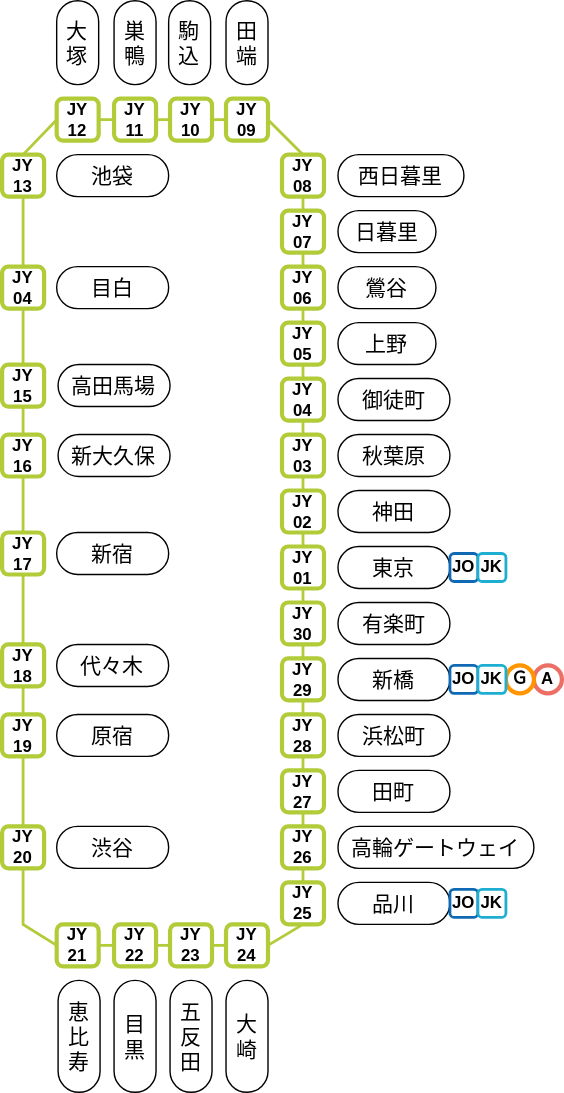
This is svg/yamanote.svg from lyw6024/lyw6024.github.io, a draw.io export, as it was before one commit. Source tidied: cells renumbered, new cells last; positions are measured from the earlier drawing's top-left corner, leaving out a move shared by most shapes.
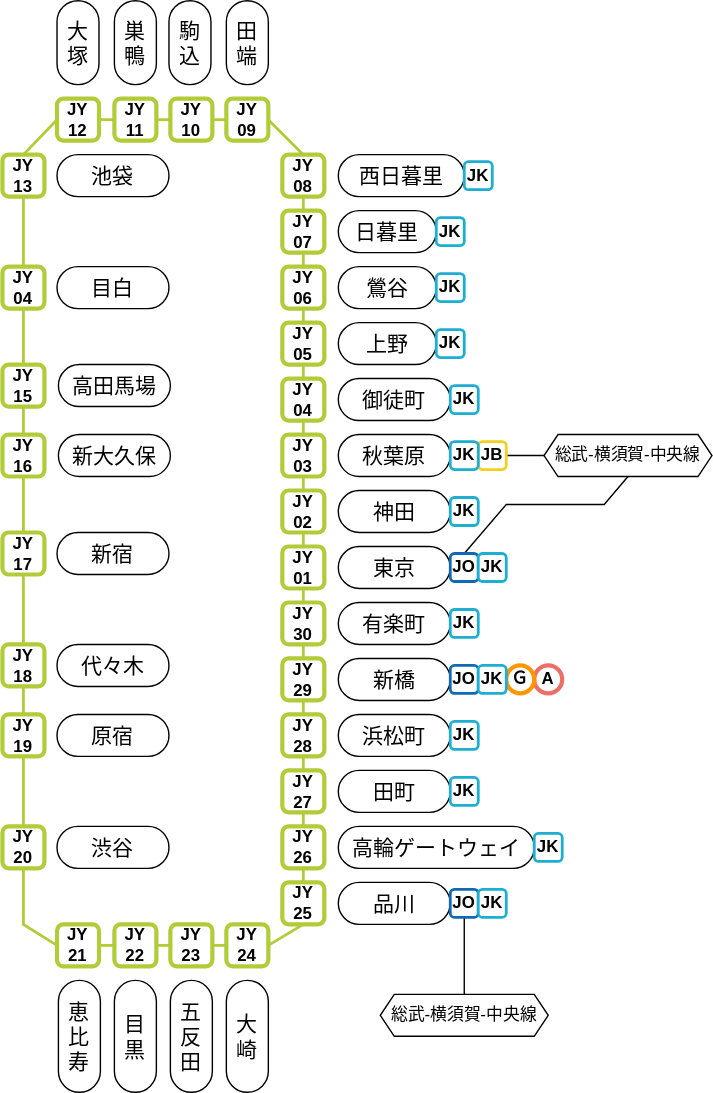
The same diagram one commit later.

Diff of the diagram source:
```diff
@@ -4,17 +4,17 @@
     <mxCell id="1" parent="0" />
     <mxCell id="2" style="edgeStyle=none;shape=connector;rounded=0;orthogonalLoop=1;jettySize=auto;html=1;exitX=0.5;exitY=0;exitDx=0;exitDy=0;entryX=0.5;entryY=1;entryDx=0;entryDy=0;strokeColor=#EB5A28;strokeWidth=2;align=center;verticalAlign=middle;fontFamily=Helvetica;fontSize=11;fontColor=default;labelBackgroundColor=default;endArrow=none;endFill=0;" parent="1" edge="1">
       <mxGeometry relative="1" as="geometry">
-        <mxPoint y="1255" as="targetPoint" />
+        <mxPoint x="40" y="1255" as="targetPoint" />
       </mxGeometry>
     </mxCell>
     <mxCell id="3" style="edgeStyle=none;shape=connector;rounded=0;orthogonalLoop=1;jettySize=auto;html=1;exitX=0.5;exitY=0;exitDx=0;exitDy=0;entryX=0.5;entryY=1;entryDx=0;entryDy=0;strokeColor=#EB5A28;strokeWidth=2;align=center;verticalAlign=middle;fontFamily=Helvetica;fontSize=11;fontColor=default;labelBackgroundColor=default;endArrow=none;endFill=0;" parent="1" edge="1">
       <mxGeometry relative="1" as="geometry">
-        <mxPoint y="1215" as="targetPoint" />
+        <mxPoint x="40" y="1215" as="targetPoint" />
       </mxGeometry>
     </mxCell>
     <mxCell id="4" style="edgeStyle=none;shape=connector;rounded=0;orthogonalLoop=1;jettySize=auto;html=1;exitX=0.5;exitY=0;exitDx=0;exitDy=0;entryX=0.5;entryY=1;entryDx=0;entryDy=0;strokeColor=#EB5A28;strokeWidth=2;align=center;verticalAlign=middle;fontFamily=Helvetica;fontSize=11;fontColor=default;labelBackgroundColor=default;endArrow=none;endFill=0;" parent="1" edge="1">
       <mxGeometry relative="1" as="geometry">
-        <mxPoint y="1180" as="targetPoint" />
+        <mxPoint x="40" y="1180" as="targetPoint" />
       </mxGeometry>
     </mxCell>
     <mxCell id="5" style="edgeStyle=none;shape=connector;rounded=0;jettySize=auto;html=1;exitX=0.5;exitY=0;exitDx=0;exitDy=0;entryX=0.5;entryY=1;entryDx=0;entryDy=0;strokeColor=#B1CB39;strokeWidth=2;align=center;verticalAlign=middle;fontFamily=Helvetica;fontSize=11;fontColor=default;labelBackgroundColor=default;endArrow=none;endFill=0;" parent="1" edge="1" source="6" target="8">
@@ -303,17 +303,73 @@
     <mxCell id="98" value="池袋" style="rounded=1;whiteSpace=wrap;html=1;align=center;arcSize=50;fontSize=15;direction=west;" parent="1" vertex="1">
       <mxGeometry x="339" y="110" width="80" height="30" as="geometry" />
     </mxCell>
+    <mxCell id="103" style="rounded=0;jettySize=auto;html=1;exitX=0.5;exitY=1;exitDx=0;exitDy=0;entryX=0.5;entryY=0;entryDx=0;entryDy=0;endArrow=none;endFill=0;" parent="1" edge="1" source="99" target="119">
+      <mxGeometry relative="1" as="geometry" />
+    </mxCell>
     <mxCell id="99" value="&lt;b&gt;JO&lt;/b&gt;" style="rounded=1;whiteSpace=wrap;html=1;strokeWidth=2;strokeColor=#1069B4;" parent="1" vertex="1">
       <mxGeometry x="620" y="635" width="20" height="20" as="geometry" />
     </mxCell>
     <mxCell id="100" value="&lt;b&gt;JK&lt;/b&gt;" style="rounded=1;whiteSpace=wrap;html=1;strokeWidth=2;strokeColor=#1DAED1;" parent="1" vertex="1">
       <mxGeometry x="640" y="635" width="20" height="20" as="geometry" />
     </mxCell>
+    <mxCell id="104" style="rounded=0;jettySize=auto;html=1;exitX=0.5;exitY=0;exitDx=0;exitDy=0;entryX=0.5;entryY=1;entryDx=0;entryDy=0;align=center;endArrow=none;endFill=0;" parent="1" edge="1" source="101" target="118">
+      <mxGeometry relative="1" as="geometry">
+        <Array as="points">
+          <mxPoint x="660" y="360" />
+          <mxPoint x="730" y="360" />
+        </Array>
+      </mxGeometry>
+    </mxCell>
     <mxCell id="101" value="&lt;b&gt;JO&lt;/b&gt;" style="rounded=1;whiteSpace=wrap;html=1;strokeWidth=2;strokeColor=#1069B4;" parent="1" vertex="1">
       <mxGeometry x="620" y="395" width="20" height="20" as="geometry" />
     </mxCell>
     <mxCell id="102" value="&lt;b&gt;JK&lt;/b&gt;" style="rounded=1;whiteSpace=wrap;html=1;strokeWidth=2;strokeColor=#1DAED1;" parent="1" vertex="1">
       <mxGeometry x="640" y="395" width="20" height="20" as="geometry" />
     </mxCell>
+    <mxCell id="105" style="edgeStyle=orthogonalEdgeStyle;rounded=0;jettySize=auto;html=1;exitX=1;exitY=0.5;exitDx=0;exitDy=0;entryX=0;entryY=0.5;entryDx=0;entryDy=0;endArrow=none;endFill=0;" parent="1" edge="1" source="106" target="118">
+      <mxGeometry relative="1" as="geometry" />
+    </mxCell>
+    <mxCell id="106" value="&lt;b&gt;JB&lt;/b&gt;" style="rounded=1;whiteSpace=wrap;html=1;strokeWidth=2;strokeColor=#F2D01F;" parent="1" vertex="1">
+      <mxGeometry x="640" y="315" width="20" height="20" as="geometry" />
+    </mxCell>
+    <mxCell id="107" value="&lt;b&gt;JK&lt;/b&gt;" style="rounded=1;whiteSpace=wrap;html=1;strokeWidth=2;strokeColor=#1DAED1;" parent="1" vertex="1">
+      <mxGeometry x="620" y="435" width="20" height="20" as="geometry" />
+    </mxCell>
+    <mxCell id="108" value="&lt;b&gt;JK&lt;/b&gt;" style="rounded=1;whiteSpace=wrap;html=1;strokeWidth=2;strokeColor=#1DAED1;" parent="1" vertex="1">
+      <mxGeometry x="620" y="355" width="20" height="20" as="geometry" />
+    </mxCell>
+    <mxCell id="109" value="&lt;b&gt;JK&lt;/b&gt;" style="rounded=1;whiteSpace=wrap;html=1;strokeWidth=2;strokeColor=#1DAED1;" parent="1" vertex="1">
+      <mxGeometry x="620" y="515" width="20" height="20" as="geometry" />
+    </mxCell>
+    <mxCell id="110" value="&lt;b&gt;JK&lt;/b&gt;" style="rounded=1;whiteSpace=wrap;html=1;strokeWidth=2;strokeColor=#1DAED1;" parent="1" vertex="1">
+      <mxGeometry x="620" y="555" width="20" height="20" as="geometry" />
+    </mxCell>
+    <mxCell id="111" value="&lt;b&gt;JK&lt;/b&gt;" style="rounded=1;whiteSpace=wrap;html=1;strokeWidth=2;strokeColor=#1DAED1;" parent="1" vertex="1">
+      <mxGeometry x="680" y="595" width="20" height="20" as="geometry" />
+    </mxCell>
+    <mxCell id="112" value="&lt;b&gt;JK&lt;/b&gt;" style="rounded=1;whiteSpace=wrap;html=1;strokeWidth=2;strokeColor=#1DAED1;" parent="1" vertex="1">
+      <mxGeometry x="620" y="315" width="20" height="20" as="geometry" />
+    </mxCell>
+    <mxCell id="113" value="&lt;b&gt;JK&lt;/b&gt;" style="rounded=1;whiteSpace=wrap;html=1;strokeWidth=2;strokeColor=#1DAED1;" parent="1" vertex="1">
+      <mxGeometry x="620" y="275" width="20" height="20" as="geometry" />
+    </mxCell>
+    <mxCell id="114" value="&lt;b&gt;JK&lt;/b&gt;" style="rounded=1;whiteSpace=wrap;html=1;strokeWidth=2;strokeColor=#1DAED1;" parent="1" vertex="1">
+      <mxGeometry x="610" y="235" width="20" height="20" as="geometry" />
+    </mxCell>
+    <mxCell id="115" value="&lt;b&gt;JK&lt;/b&gt;" style="rounded=1;whiteSpace=wrap;html=1;strokeWidth=2;strokeColor=#1DAED1;" parent="1" vertex="1">
+      <mxGeometry x="610" y="195" width="20" height="20" as="geometry" />
+    </mxCell>
+    <mxCell id="116" value="&lt;b&gt;JK&lt;/b&gt;" style="rounded=1;whiteSpace=wrap;html=1;strokeWidth=2;strokeColor=#1DAED1;" parent="1" vertex="1">
+      <mxGeometry x="610" y="155" width="20" height="20" as="geometry" />
+    </mxCell>
+    <mxCell id="117" value="&lt;b&gt;JK&lt;/b&gt;" style="rounded=1;whiteSpace=wrap;html=1;strokeWidth=2;strokeColor=#1DAED1;" parent="1" vertex="1">
+      <mxGeometry x="630" y="115" width="20" height="20" as="geometry" />
+    </mxCell>
+    <mxCell id="118" value="総武-横須賀-中央線" style="shape=hexagon;perimeter=hexagonPerimeter2;whiteSpace=wrap;html=1;fixedSize=1;size=10;" parent="1" vertex="1">
+      <mxGeometry x="687" y="310" width="120" height="30" as="geometry" />
+    </mxCell>
+    <mxCell id="119" value="総武-横須賀-中央線" style="shape=hexagon;perimeter=hexagonPerimeter2;whiteSpace=wrap;html=1;fixedSize=1;size=10;" parent="1" vertex="1">
+      <mxGeometry x="570" y="710" width="120" height="30" as="geometry" />
+    </mxCell>
   </root>
 </mxGraphModel>
```
